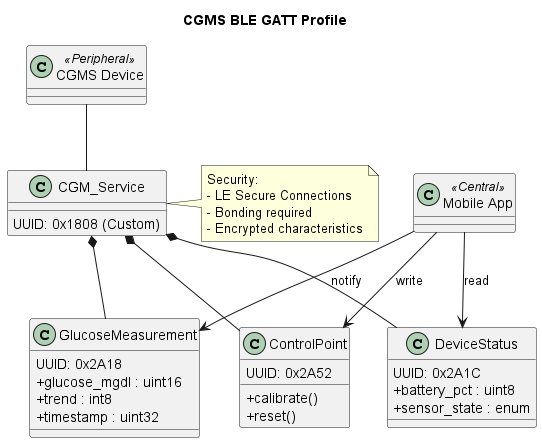
This is out/documents/diagrams/interfaces/cgms_ble_gatt/cgms_ble_gatt.png from spothana/cgms, a PlantUML export, as it was before one commit.
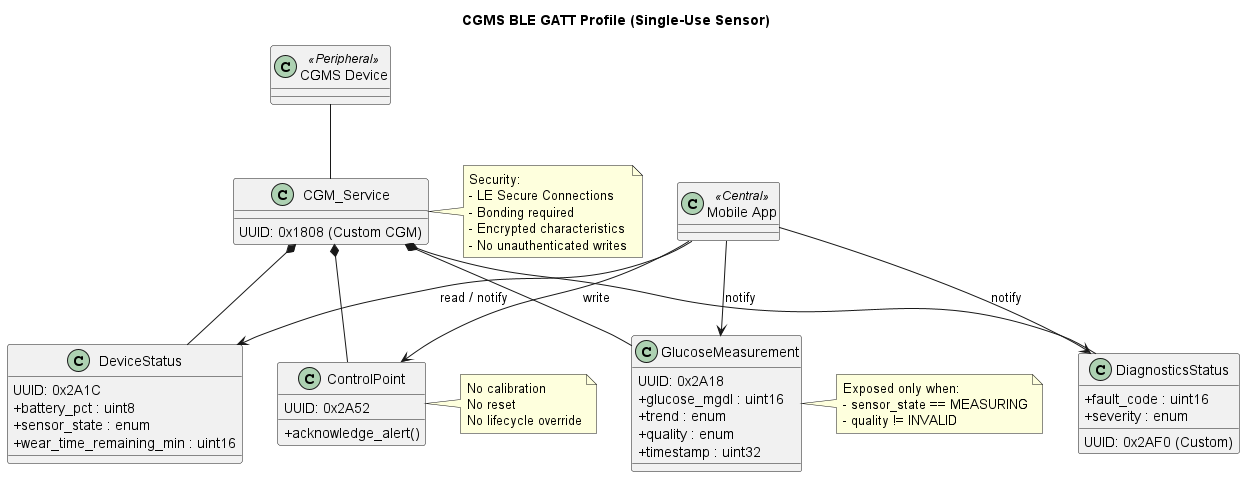
After the change.

The edit, as a diff of the source:
```diff
@@ -2,19 +2,20 @@
 skinparam classAttributeIconSize 0
 skinparam stereotypeCBackgroundColor #EEF
 
-title CGMS BLE GATT Profile
+title CGMS BLE GATT Profile (Single-Use Sensor)
 
 class "CGMS Device" <<Peripheral>>
 class "Mobile App" <<Central>>
 
 class CGM_Service {
-  UUID: 0x1808 (Custom)
+  UUID: 0x1808 (Custom CGM)
 }
 
 class GlucoseMeasurement {
   UUID: 0x2A18
   +glucose_mgdl : uint16
-  +trend : int8
+  +trend : enum
+  +quality : enum
   +timestamp : uint32
 }
 
@@ -22,21 +23,30 @@
   UUID: 0x2A1C
   +battery_pct : uint8
   +sensor_state : enum
+  +wear_time_remaining_min : uint16
+}
+
+class DiagnosticsStatus {
+  UUID: 0x2AF0 (Custom)
+  +fault_code : uint16
+  +severity : enum
 }
 
 class ControlPoint {
   UUID: 0x2A52
-  +calibrate()
-  +reset()
+  +acknowledge_alert()
 }
 
 "CGMS Device" -- CGM_Service
+
 CGM_Service *-- GlucoseMeasurement
 CGM_Service *-- DeviceStatus
+CGM_Service *-- DiagnosticsStatus
 CGM_Service *-- ControlPoint
 
 "Mobile App" --> GlucoseMeasurement : notify
-"Mobile App" --> DeviceStatus : read
+"Mobile App" --> DeviceStatus : read / notify
+"Mobile App" --> DiagnosticsStatus : notify
 "Mobile App" --> ControlPoint : write
 
 note right of CGM_Service
@@ -44,6 +54,19 @@
 - LE Secure Connections
 - Bonding required
 - Encrypted characteristics
+- No unauthenticated writes
+end note
+
+note right of GlucoseMeasurement
+Exposed only when:
+- sensor_state == MEASURING
+- quality != INVALID
+end note
+
+note right of ControlPoint
+No calibration
+No reset
+No lifecycle override
 end note
 
 @enduml
```
